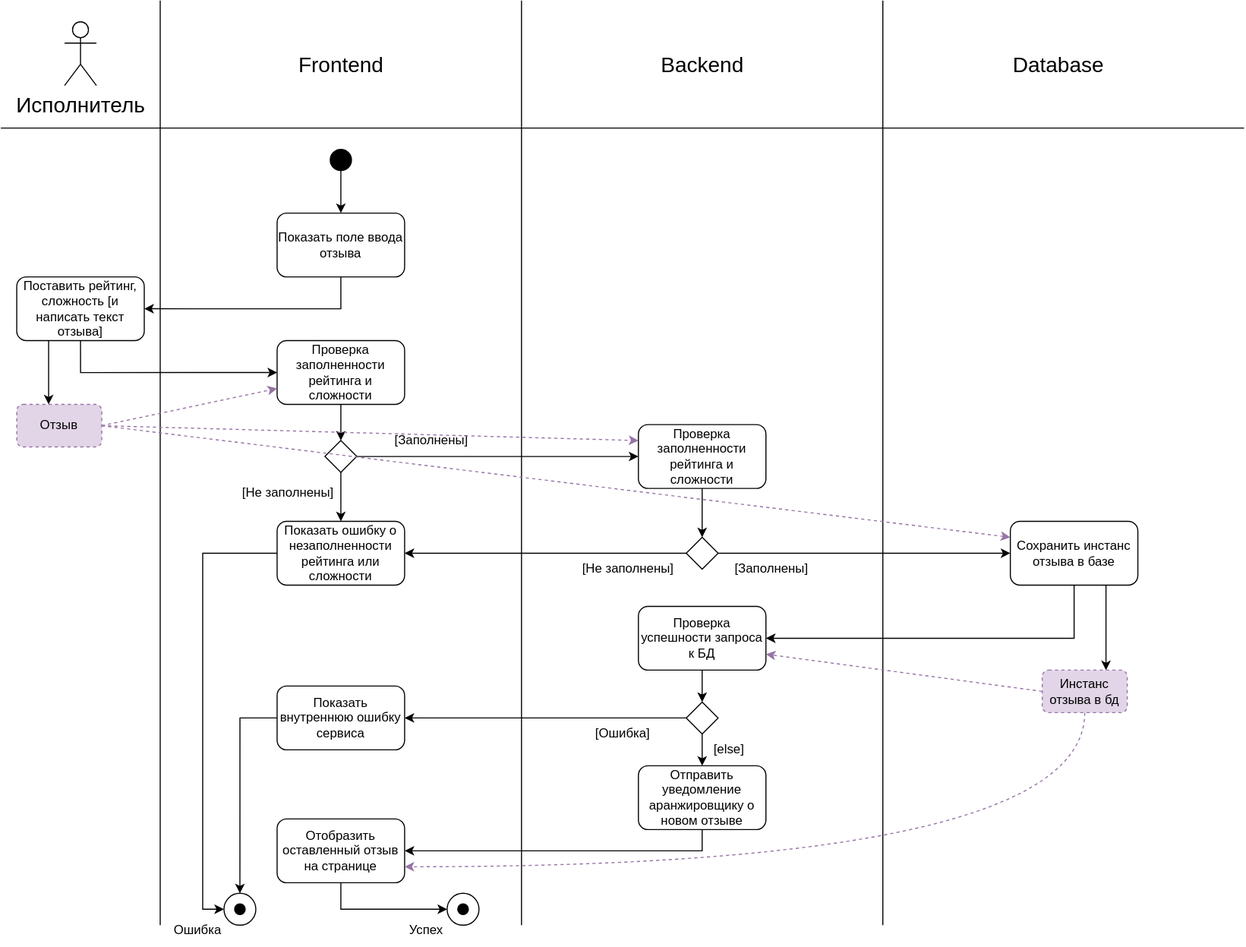
Before: team-06/leave_feedback_activity_diagram.svg, a diagram exported from draw.io (job-modelware-ru/it-2024). Source tidied: cells renumbered, new cells last; positions are measured from the earlier drawing's top-left corner, leaving out a move shared by most shapes.
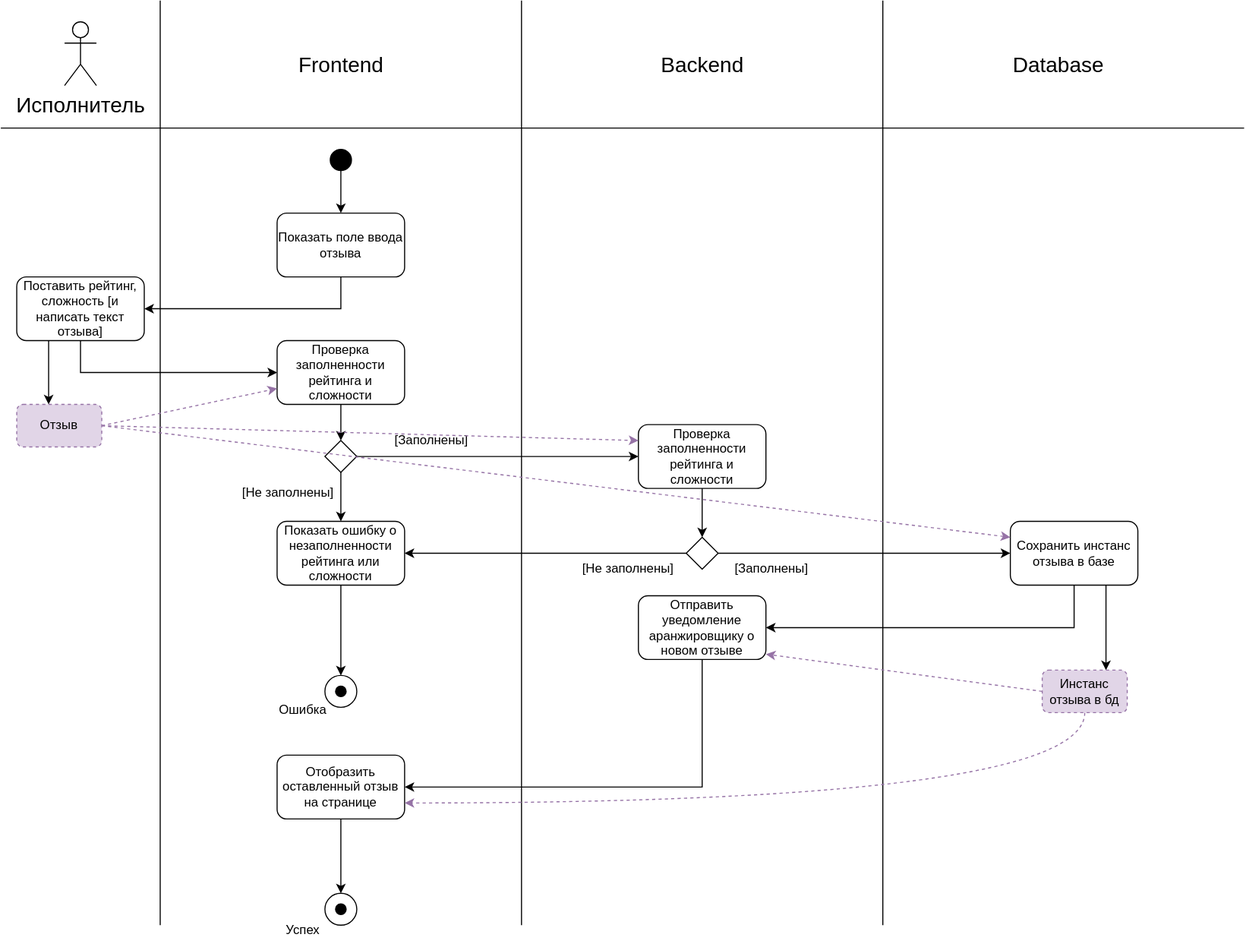
After the commit.

Commit message:
fix too high detalization of activity diagram for 'leave feedback'

What changed in the source:
```diff
@@ -71,7 +71,7 @@
     <mxCell id="20" style="rhombus;whiteSpace=wrap;html=1;" parent="1" vertex="1">
       <mxGeometry x="305" y="414" width="30" height="30" as="geometry" />
     </mxCell>
-    <mxCell id="21" style="edgeStyle=orthogonalEdgeStyle;rounded=0;jettySize=auto;html=1;exitX=0;exitY=0.5;exitDx=0;exitDy=0;entryX=0;entryY=0.5;entryDx=0;entryDy=0;" parent="1" edge="1" source="22" target="45">
+    <mxCell id="21" style="edgeStyle=orthogonalEdgeStyle;rounded=0;jettySize=auto;html=1;exitX=0.5;exitY=1;exitDx=0;exitDy=0;entryX=0.5;entryY=0;entryDx=0;entryDy=0;" parent="1" edge="1" source="22" target="45">
       <mxGeometry relative="1" as="geometry" />
     </mxCell>
     <mxCell id="22" value="Показать ошибку о незаполненности рейтинга или сложности" style="rounded=1;whiteSpace=wrap;html=1;" parent="1" vertex="1">
@@ -98,7 +98,7 @@
     <mxCell id="29" style="rhombus;whiteSpace=wrap;html=1;" parent="1" vertex="1">
       <mxGeometry x="645" y="505" width="30" height="30" as="geometry" />
     </mxCell>
-    <mxCell id="30" style="edgeStyle=orthogonalEdgeStyle;rounded=0;jettySize=auto;html=1;exitX=0.5;exitY=1;exitDx=0;exitDy=0;entryX=1;entryY=0.5;entryDx=0;entryDy=0;" parent="1" edge="1" source="32" target="37">
+    <mxCell id="30" style="edgeStyle=orthogonalEdgeStyle;rounded=0;jettySize=auto;html=1;exitX=0.5;exitY=1;exitDx=0;exitDy=0;entryX=1;entryY=0.5;entryDx=0;entryDy=0;" parent="1" edge="1" source="32" target="43">
       <mxGeometry relative="1" as="geometry" />
     </mxCell>
     <mxCell id="31" style="edgeStyle=orthogonalEdgeStyle;rounded=0;jettySize=auto;html=1;exitX=0.75;exitY=1;exitDx=0;exitDy=0;entryX=0.75;entryY=0;entryDx=0;entryDy=0;" parent="1" edge="1" source="32" target="63">
@@ -110,40 +110,18 @@
     <mxCell id="33" value="[Не заполнены]" style="text;html=1;align=center;verticalAlign=middle;strokeColor=none;fillColor=none;" parent="1" vertex="1">
       <mxGeometry x="535" y="520" width="110" height="30" as="geometry" />
     </mxCell>
-    <mxCell id="34" style="edgeStyle=orthogonalEdgeStyle;rounded=0;jettySize=auto;html=1;exitX=0;exitY=0.5;exitDx=0;exitDy=0;entryX=0.5;entryY=0;entryDx=0;entryDy=0;" parent="1" edge="1" source="35" target="45">
-      <mxGeometry relative="1" as="geometry" />
-    </mxCell>
-    <mxCell id="35" value="Показать внутреннюю ошибку сервиса" style="rounded=1;whiteSpace=wrap;html=1;" parent="1" vertex="1">
-      <mxGeometry x="260" y="645" width="120" height="60" as="geometry" />
-    </mxCell>
-    <mxCell id="36" style="edgeStyle=orthogonalEdgeStyle;rounded=0;jettySize=auto;html=1;exitX=0.5;exitY=1;exitDx=0;exitDy=0;entryX=0.5;entryY=0;entryDx=0;entryDy=0;" parent="1" edge="1" source="37" target="40">
-      <mxGeometry relative="1" as="geometry" />
-    </mxCell>
-    <mxCell id="37" value="Проверка успешности запроса к БД" style="rounded=1;whiteSpace=wrap;html=1;" parent="1" vertex="1">
-      <mxGeometry x="600" y="570" width="120" height="60" as="geometry" />
-    </mxCell>
-    <mxCell id="38" style="edgeStyle=orthogonalEdgeStyle;rounded=0;jettySize=auto;html=1;exitX=0;exitY=0.5;exitDx=0;exitDy=0;entryX=1;entryY=0.5;entryDx=0;entryDy=0;" parent="1" edge="1" source="40" target="35">
-      <mxGeometry relative="1" as="geometry" />
-    </mxCell>
-    <mxCell id="39" style="edgeStyle=orthogonalEdgeStyle;rounded=0;jettySize=auto;html=1;exitX=0.5;exitY=1;exitDx=0;exitDy=0;" parent="1" edge="1" source="40">
-      <mxGeometry relative="1" as="geometry">
-        <mxPoint x="660" y="720" as="targetPoint" />
-      </mxGeometry>
-    </mxCell>
-    <mxCell id="40" style="rhombus;whiteSpace=wrap;html=1;" parent="1" vertex="1">
-      <mxGeometry x="645" y="660" width="30" height="30" as="geometry" />
-    </mxCell>
-    <mxCell id="41" value="[Ошибка]" style="text;html=1;align=center;verticalAlign=middle;strokeColor=none;fillColor=none;" parent="1" vertex="1">
-      <mxGeometry x="550" y="675" width="70" height="30" as="geometry" />
-    </mxCell>
     <mxCell id="42" style="edgeStyle=orthogonalEdgeStyle;rounded=0;jettySize=auto;html=1;exitX=0.5;exitY=1;exitDx=0;exitDy=0;entryX=1;entryY=0.5;entryDx=0;entryDy=0;" parent="1" edge="1" source="43" target="60">
-      <mxGeometry relative="1" as="geometry" />
+      <mxGeometry relative="1" as="geometry">
+        <Array as="points">
+          <mxPoint x="660" y="740" />
+        </Array>
+      </mxGeometry>
     </mxCell>
     <mxCell id="43" value="Отправить уведомление аранжировщику о новом отзыве" style="rounded=1;whiteSpace=wrap;html=1;" parent="1" vertex="1">
-      <mxGeometry x="600" y="720" width="120" height="60" as="geometry" />
+      <mxGeometry x="600" y="560" width="120" height="60" as="geometry" />
     </mxCell>
     <mxCell id="44" style="group;" parent="1" vertex="1">
-      <mxGeometry x="210" y="840" width="30" height="30" as="geometry" />
+      <mxGeometry x="305" y="635" width="30" height="30" as="geometry" />
     </mxCell>
     <mxCell id="45" style="ellipse;whiteSpace=wrap;html=1;" parent="44" vertex="1">
       <mxGeometry width="30" height="30" as="geometry" />
@@ -152,7 +130,7 @@
       <mxGeometry x="10" y="10" width="10" height="10" as="geometry" />
     </mxCell>
     <mxCell id="47" style="group;" parent="1" vertex="1">
-      <mxGeometry x="420" y="840" width="30" height="30" as="geometry" />
+      <mxGeometry x="305" y="840" width="30" height="30" as="geometry" />
     </mxCell>
     <mxCell id="48" style="ellipse;whiteSpace=wrap;html=1;" parent="47" vertex="1">
       <mxGeometry width="30" height="30" as="geometry" />
@@ -161,10 +139,10 @@
       <mxGeometry x="10" y="10" width="10" height="10" as="geometry" />
     </mxCell>
     <mxCell id="50" value="Ошибка" style="text;html=1;align=center;verticalAlign=middle;strokeColor=none;fillColor=none;" parent="1" vertex="1">
-      <mxGeometry x="150" y="860" width="70" height="30" as="geometry" />
+      <mxGeometry x="249" y="653" width="70" height="30" as="geometry" />
     </mxCell>
     <mxCell id="51" value="Успех" style="text;html=1;align=center;verticalAlign=middle;strokeColor=none;fillColor=none;" parent="1" vertex="1">
-      <mxGeometry x="370" y="860" width="60" height="30" as="geometry" />
+      <mxGeometry x="254" y="860" width="60" height="30" as="geometry" />
     </mxCell>
     <mxCell id="52" style="rounded=0;jettySize=auto;html=1;exitX=1;exitY=0.5;exitDx=0;exitDy=0;entryX=0;entryY=0.75;entryDx=0;entryDy=0;fillColor=#e1d5e7;strokeColor=#9673a6;dashed=1;" parent="1" edge="1" source="55" target="17">
       <mxGeometry relative="1" as="geometry" />
@@ -181,20 +159,19 @@
     <mxCell id="56" style="edgeStyle=orthogonalEdgeStyle;rounded=0;jettySize=auto;html=1;exitX=0.25;exitY=1;exitDx=0;exitDy=0;entryX=0.375;entryY=0;entryDx=0;entryDy=0;entryPerimeter=0;" parent="1" edge="1" source="15" target="55">
       <mxGeometry relative="1" as="geometry" />
     </mxCell>
-    <mxCell id="57" value="[else]" style="text;html=1;align=center;verticalAlign=middle;strokeColor=none;fillColor=none;" parent="1" vertex="1">
-      <mxGeometry x="660" y="690" width="50" height="30" as="geometry" />
-    </mxCell>
     <mxCell id="58" value="[Заполнены]" style="text;html=1;align=center;verticalAlign=middle;strokeColor=none;fillColor=none;" parent="1" vertex="1">
       <mxGeometry x="680" y="520" width="90" height="30" as="geometry" />
     </mxCell>
-    <mxCell id="59" style="edgeStyle=orthogonalEdgeStyle;rounded=0;jettySize=auto;html=1;exitX=0.5;exitY=1;exitDx=0;exitDy=0;entryX=0;entryY=0.5;entryDx=0;entryDy=0;" parent="1" edge="1" source="60" target="48">
+    <mxCell id="59" style="edgeStyle=orthogonalEdgeStyle;rounded=0;jettySize=auto;html=1;exitX=0.5;exitY=1;exitDx=0;exitDy=0;entryX=0.5;entryY=0;entryDx=0;entryDy=0;" parent="1" edge="1" source="60" target="48">
       <mxGeometry relative="1" as="geometry" />
     </mxCell>
     <mxCell id="60" value="Отобразить оставленный отзыв на странице" style="rounded=1;whiteSpace=wrap;html=1;" parent="1" vertex="1">
-      <mxGeometry x="260" y="770" width="120" height="60" as="geometry" />
+      <mxGeometry x="260" y="710" width="120" height="60" as="geometry" />
     </mxCell>
-    <mxCell id="61" style="rounded=0;jettySize=auto;html=1;exitX=0;exitY=0.5;exitDx=0;exitDy=0;entryX=1;entryY=0.75;entryDx=0;entryDy=0;fillColor=#e1d5e7;strokeColor=#9673a6;dashed=1;" parent="1" edge="1" source="63" target="37">
-      <mxGeometry relative="1" as="geometry" />
+    <mxCell id="61" style="rounded=0;jettySize=auto;html=1;exitX=0;exitY=0.5;exitDx=0;exitDy=0;entryX=1;entryY=0.75;entryDx=0;entryDy=0;fillColor=#e1d5e7;strokeColor=#9673a6;dashed=1;" parent="1" edge="1" source="63">
+      <mxGeometry relative="1" as="geometry">
+        <mxPoint x="720" y="615" as="targetPoint" />
+      </mxGeometry>
     </mxCell>
     <mxCell id="62" style="edgeStyle=orthogonalEdgeStyle;rounded=0;jettySize=auto;html=1;exitX=0.5;exitY=1;exitDx=0;exitDy=0;entryX=1;entryY=0.75;entryDx=0;entryDy=0;curved=1;dashed=1;fillColor=#e1d5e7;strokeColor=#9673a6;" parent="1" edge="1" source="63" target="60">
       <mxGeometry relative="1" as="geometry" />
```
